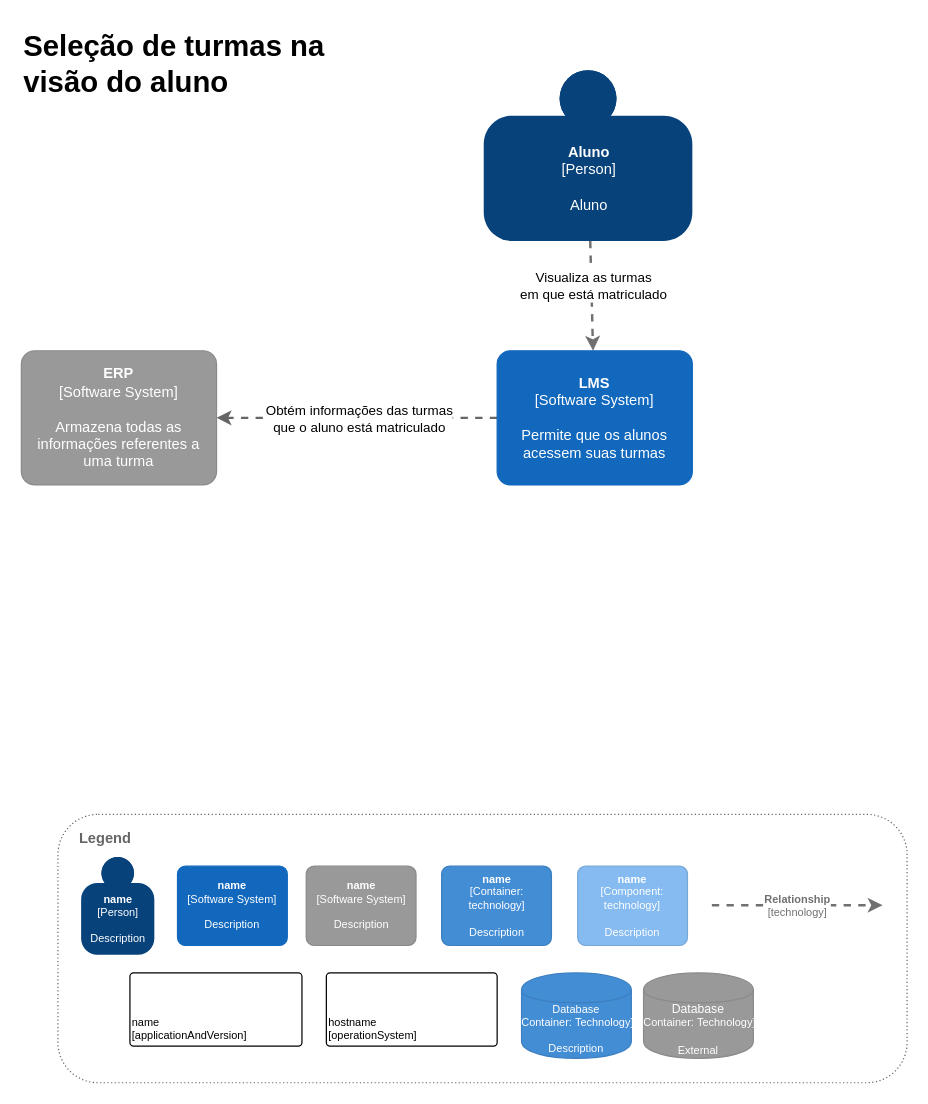
Before: page "C4 Context" (1 of 4) of Design Doc LMS.drawio in eldoncosta1/diagrams, a draw.io diagram. Source tidied: cells renumbered, new cells numbered last; positions are measured from the earlier drawing's top-left corner, leaving out a move shared by most shapes. Both pictures are drawn from the tidied source at 122%, with x=0, y=0 at pixel (21, 21).
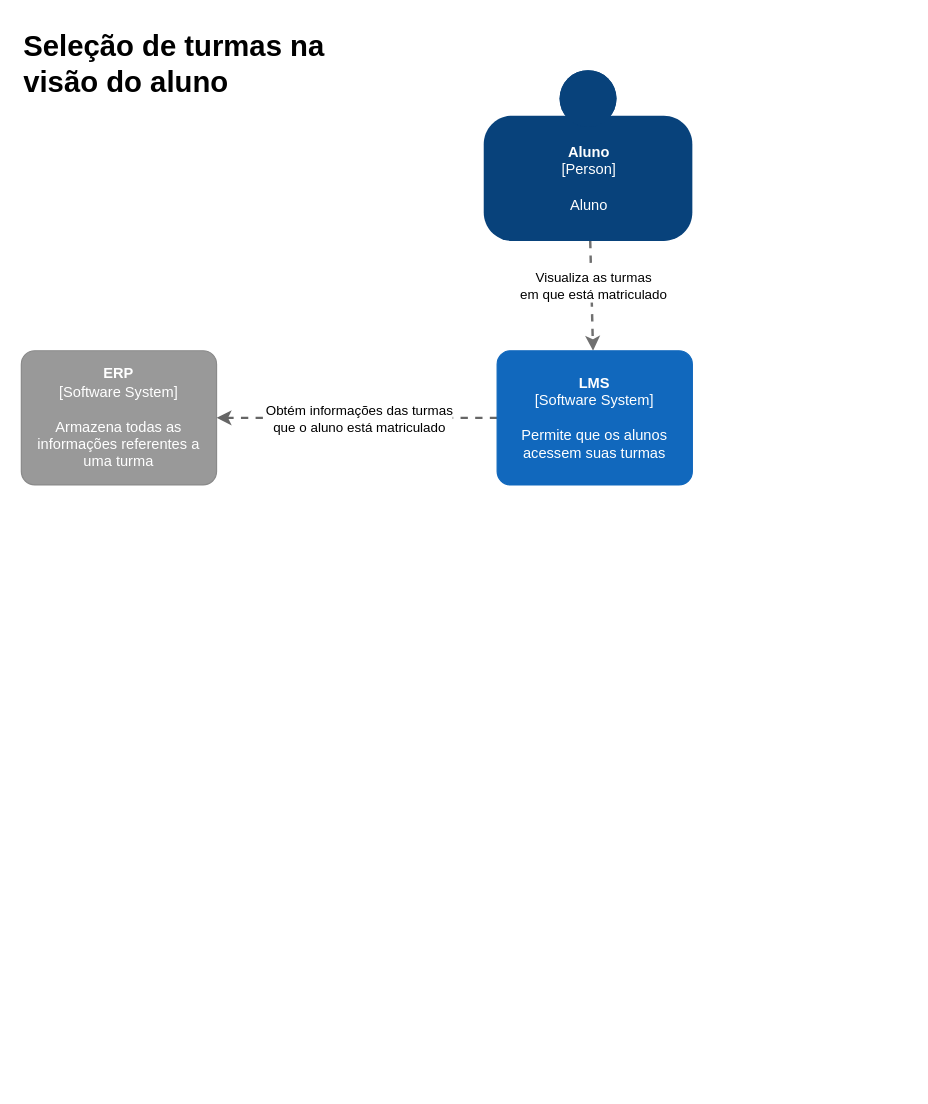
After the change.

Change to the diagram source:
```diff
@@
-    <mxCell id="9" style="group;" parent="1" vertex="1">
-      <mxGeometry x="30" y="650" width="696" height="220" as="geometry" />
-    </mxCell>
-    <mxCell id="10" style="rounded=1;whiteSpace=wrap;html=1;fillColor=none;strokeColor=#666666;dashed=1;dashPattern=1 2;fontColor=#666666;" parent="9" vertex="1">
-      <mxGeometry width="696" height="220" as="geometry" />
-    </mxCell>
-    <mxCell id="11" value="Legend" style="text;html=1;strokeColor=none;fillColor=none;align=center;verticalAlign=middle;whiteSpace=wrap;rounded=0;fontStyle=1;fontColor=#666666;" parent="9" vertex="1">
-      <mxGeometry x="19" y="10" width="40" height="20" as="geometry" />
-    </mxCell>
-    <object id="12" label="&lt;b style=&quot;font-size: 9px;&quot;&gt;%c4Name%&lt;/b&gt;&lt;div style=&quot;font-size: 9px;&quot;&gt;[%c4Type%]&lt;/div&gt;&lt;br style=&quot;font-size: 9px;&quot;&gt;&lt;div style=&quot;font-size: 9px;&quot;&gt;%c4Description%&lt;/div&gt;" c4Description="Description" c4Name="name" c4Type="Person" placeholders="1">
-      <mxCell style="html=1;dashed=0;whitespace=wrap;fillColor=#08427b;strokeColor=none;fontColor=#ffffff;shape=mxgraph.c4.person;align=center;metaData={&quot;c4Type&quot;:{&quot;editable&quot;:false}};fontSize=9;" parent="9" vertex="1">
-        <mxGeometry x="19" y="35" width="60" height="80" as="geometry" />
-      </mxCell>
-    </object>
-    <object id="13" label="&lt;b style=&quot;font-size: 9px;&quot;&gt;%c4Name%&lt;/b&gt;&lt;div style=&quot;font-size: 9px;&quot;&gt;[%c4Type%]&lt;/div&gt;&lt;br style=&quot;font-size: 9px;&quot;&gt;&lt;div style=&quot;font-size: 9px;&quot;&gt;%c4Description%&lt;/div&gt;" c4Description="Description" c4Name="name" c4Type="Software System" placeholders="1">
-      <mxCell style="rounded=1;whiteSpace=wrap;html=1;labelBackgroundColor=none;fillColor=#1168BD;fontColor=#ffffff;align=center;arcSize=10;strokeColor=#1168BD;metaData={&quot;c4Type&quot;:{&quot;editable&quot;:false}};fontSize=9;" parent="9" vertex="1">
-        <mxGeometry x="98" y="42.5" width="90" height="65" as="geometry" />
-      </mxCell>
-    </object>
-    <object id="14" label="&lt;b style=&quot;font-size: 9px;&quot;&gt;%c4Name%&lt;/b&gt;&lt;div style=&quot;font-size: 9px;&quot;&gt;[%c4Type%]&lt;/div&gt;&lt;br style=&quot;font-size: 9px;&quot;&gt;&lt;div style=&quot;font-size: 9px;&quot;&gt;%c4Description%&lt;/div&gt;" c4Description="Description" c4Name="name" c4Type="Software System" placeholders="1">
-      <mxCell style="rounded=1;whiteSpace=wrap;html=1;labelBackgroundColor=none;fillColor=#999999;fontColor=#ffffff;align=center;arcSize=10;strokeColor=#8A8A8A;metaData={&quot;c4Type&quot;:{&quot;editable&quot;:false}};fontSize=9;" parent="9" vertex="1">
-        <mxGeometry x="203.5" y="42.5" width="90" height="65" as="geometry" />
-      </mxCell>
-    </object>
-    <object id="15" label="&lt;b style=&quot;font-size: 9px;&quot;&gt;%c4Name%&lt;/b&gt;&lt;div style=&quot;font-size: 9px;&quot;&gt;[%c4Type%: %c4Technology%]&lt;/div&gt;&lt;br style=&quot;font-size: 9px;&quot;&gt;&lt;div style=&quot;font-size: 9px;&quot;&gt;%c4Description%&lt;/div&gt;" c4Description="Description" c4Name="name" c4Technology="technology" c4Type="Component" placeholders="1">
-      <mxCell style="rounded=1;whiteSpace=wrap;html=1;labelBackgroundColor=none;fillColor=#85BBF0;fontColor=#ffffff;align=center;arcSize=10;strokeColor=#78A8D8;metaData={&quot;c4Type&quot;:{&quot;editable&quot;:false}};fontSize=9;" parent="9" vertex="1">
-        <mxGeometry x="426" y="42.5" width="90" height="65" as="geometry" />
-      </mxCell>
-    </object>
-    <object id="16" label="&lt;b style=&quot;font-size: 9px;&quot;&gt;%c4Name%&lt;/b&gt;&lt;div style=&quot;font-size: 9px;&quot;&gt;[%c4Type%: %c4Technology%]&lt;/div&gt;&lt;br style=&quot;font-size: 9px;&quot;&gt;&lt;div style=&quot;font-size: 9px;&quot;&gt;%c4Description%&lt;/div&gt;" c4Description="Description" c4Name="name" c4Technology="technology" c4Type="Container" placeholders="1">
-      <mxCell style="rounded=1;whiteSpace=wrap;html=1;labelBackgroundColor=none;fillColor=#438DD5;fontColor=#ffffff;align=center;arcSize=10;strokeColor=#3C7FC0;metaData={&quot;c4Type&quot;:{&quot;editable&quot;:false}};fontSize=9;" parent="9" vertex="1">
-        <mxGeometry x="314.5" y="42.5" width="90" height="65" as="geometry" />
-      </mxCell>
-    </object>
-    <object id="17" label="&lt;div style=&quot;text-align: left; font-size: 9px;&quot;&gt;%c4Name%&lt;/div&gt;&lt;div style=&quot;text-align: left; font-size: 9px;&quot;&gt;[%c4Application%]&lt;/div&gt;" c4Application="applicationAndVersion" c4Name="name" placeholders="1">
-      <mxCell style="rounded=1;whiteSpace=wrap;html=1;labelBackgroundColor=none;fillColor=#ffffff;fontColor=#000000;align=left;arcSize=5;strokeColor=#000000;verticalAlign=bottom;metaData={&quot;c4Type&quot;:{&quot;editable&quot;:false}};fontSize=9;" parent="9" vertex="1">
-        <mxGeometry x="59" y="130" width="141" height="60" as="geometry" />
-      </mxCell>
-    </object>
-    <object id="18" label="&lt;div style=&quot;text-align: left; font-size: 9px;&quot;&gt;%c4Name%&lt;/div&gt;&lt;div style=&quot;text-align: left; font-size: 9px;&quot;&gt;[%c4OperationSystem%]&lt;/div&gt;&lt;div style=&quot;text-align: right; font-size: 9px;&quot;&gt;%c4ScalingFactor%&lt;/div&gt;" c4Name="hostname" c4OperationSystem="operationSystem" c4ScalingFactor="" placeholders="1">
-      <mxCell style="rounded=1;whiteSpace=wrap;html=1;labelBackgroundColor=none;fillColor=#ffffff;fontColor=#000000;align=left;arcSize=5;strokeColor=#000000;verticalAlign=bottom;metaData={&quot;c4Type&quot;:{&quot;editable&quot;:false}};fontSize=9;" parent="9" vertex="1">
-        <mxGeometry x="220" y="130" width="140" height="60" as="geometry" />
-      </mxCell>
-    </object>
-    <object id="19" label="%c4Type%&lt;div style=&quot;font-size: 9px;&quot;&gt;[Container:&amp;nbsp;%c4Technology%]&lt;/div&gt;&lt;br style=&quot;font-size: 9px;&quot;&gt;&lt;div style=&quot;font-size: 9px;&quot;&gt;%c4Description%&lt;/div&gt;" c4Description="Description" c4Technology="Technology" c4Type="Database" placeholders="1">
-      <mxCell style="shape=cylinder;whiteSpace=wrap;html=1;boundedLbl=1;rounded=0;labelBackgroundColor=none;fillColor=#438DD5;fontSize=9;fontColor=#ffffff;align=center;strokeColor=#3C7FC0;metaData={&quot;c4Type&quot;:{&quot;editable&quot;:false}};" parent="9" vertex="1">
-        <mxGeometry x="380" y="130" width="90" height="70" as="geometry" />
-      </mxCell>
-    </object>
-    <object id="20" label="%c4Type%&lt;div style=&quot;font-size: 9px;&quot;&gt;[Container:&amp;nbsp;%c4Technology%]&lt;/div&gt;&lt;br style=&quot;font-size: 9px;&quot;&gt;&lt;div style=&quot;font-size: 9px;&quot;&gt;%c4Description%&lt;/div&gt;" c4Description="External" c4Technology="Technology" c4Type="Database" placeholders="1">
-      <mxCell style="shape=cylinder;whiteSpace=wrap;html=1;boundedLbl=1;rounded=1;labelBackgroundColor=none;fillColor=#999999;fontSize=10;fontColor=#ffffff;align=center;strokeColor=#8A8A8A;metaData={&quot;c4Type&quot;:{&quot;editable&quot;:false}};arcSize=10;" parent="9" vertex="1">
-        <mxGeometry x="480" y="130" width="90" height="70" as="geometry" />
-      </mxCell>
-    </object>
-    <object id="21" label="&lt;div style=&quot;text-align: left; font-size: 9px;&quot;&gt;&lt;div style=&quot;text-align: center; font-size: 9px;&quot;&gt;&lt;b style=&quot;font-size: 9px;&quot;&gt;%c4Description%&lt;/b&gt;&lt;/div&gt;&lt;div style=&quot;text-align: center; font-size: 9px;&quot;&gt;[%c4Technology%]&lt;/div&gt;&lt;/div&gt;" c4Description="Relationship" c4Technology="technology" placeholders="1">
-      <mxCell style="edgeStyle=none;rounded=0;html=1;jettySize=auto;orthogonalLoop=1;strokeColor=#707070;strokeWidth=2;fontColor=#707070;jumpStyle=none;dashed=1;metaData={&quot;c4Type&quot;:{&quot;editable&quot;:false}};fontSize=9;" parent="9" edge="1">
-        <mxGeometry relative="1" as="geometry">
-          <mxPoint x="536" y="74.5" as="sourcePoint" />
-          <mxPoint x="676" y="74.5" as="targetPoint" />
-        </mxGeometry>
-      </mxCell>
-    </object>
```
